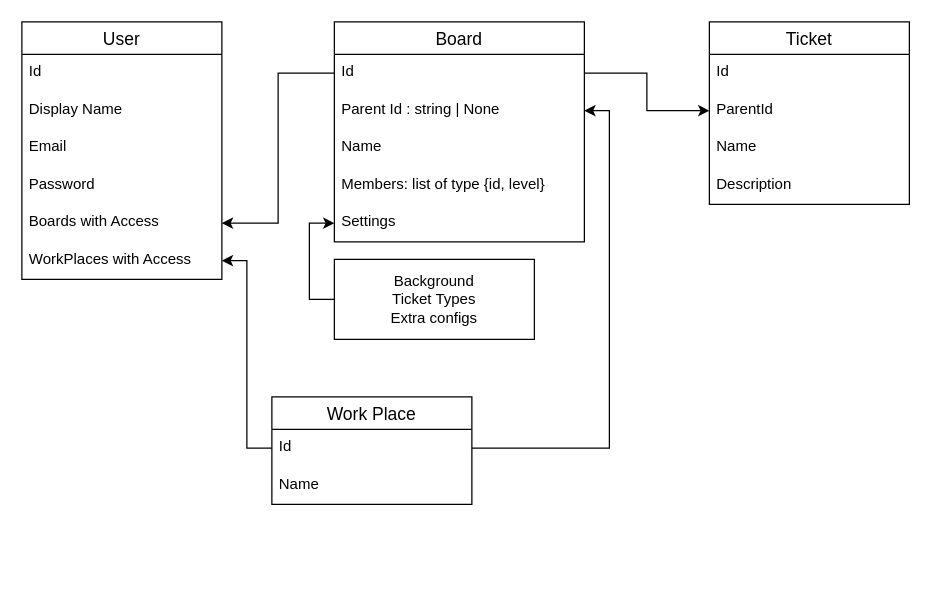
Before: plans.drawio in weatris/Taskly, a draw.io diagram. Source tidied: cells renumbered, new cells numbered last; positions are measured from the earlier drawing's top-left corner, leaving out a move shared by most shapes. Both pictures are drawn from the tidied source at 125%, with x=0, y=0 at pixel (21, 21).
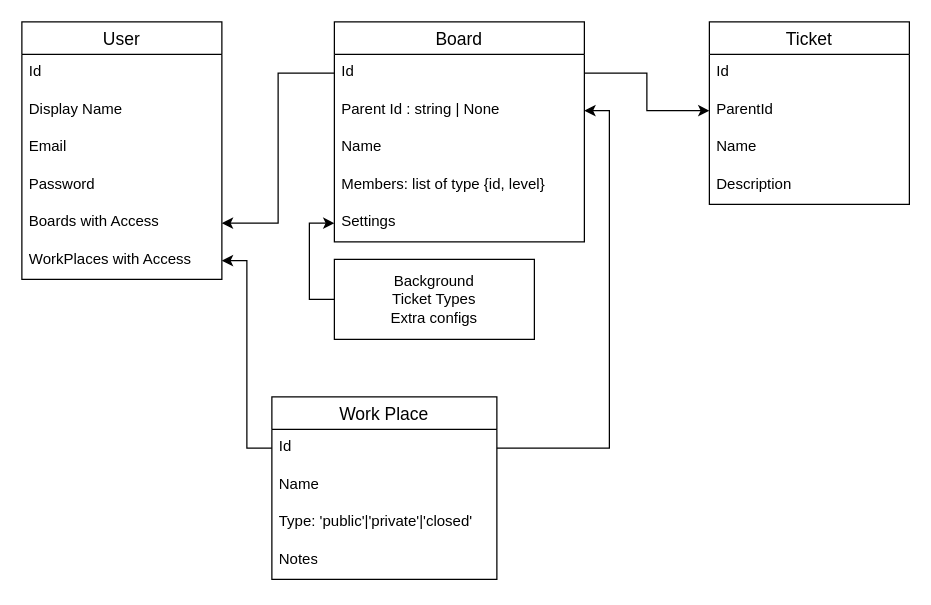
After the change.

What changed in the source:
```diff
@@
     <mxCell id="9" value="Work Place" style="swimlane;fontStyle=0;horizontal=1;startSize=26;align=center;fontSize=14;" parent="1" vertex="1">
-      <mxGeometry x="200" y="300" width="160" height="86" as="geometry" />
+      <mxGeometry x="200" y="300" width="180" height="146" as="geometry" />
     </mxCell>
     <mxCell id="10" value="Id" style="text;strokeColor=none;fillColor=none;spacingLeft=4;spacingRight=4;overflow=hidden;points=[[0,0.5],[1,0.5]];portConstraint=eastwest;fontSize=12;whiteSpace=wrap;html=1;" parent="9" vertex="1">
-      <mxGeometry y="26" width="160" height="30" as="geometry" />
+      <mxGeometry y="26" width="180" height="30" as="geometry" />
     </mxCell>
     <mxCell id="11" value="Name" style="text;strokeColor=none;fillColor=none;spacingLeft=4;spacingRight=4;overflow=hidden;fontSize=12;whiteSpace=wrap;html=1;" parent="9" vertex="1">
-      <mxGeometry y="56" width="160" height="30" as="geometry" />
+      <mxGeometry y="56" width="180" height="30" as="geometry" />
     </mxCell>
+    <mxCell id="29" value="Type: 'public'|'private'|'closed'" style="text;strokeColor=none;fillColor=none;spacingLeft=4;spacingRight=4;overflow=hidden;fontSize=12;whiteSpace=wrap;html=1;" parent="9" vertex="1">
+      <mxGeometry y="86" width="180" height="30" as="geometry" />
+    </mxCell>
+    <mxCell id="30" value="Notes" style="text;strokeColor=none;fillColor=none;spacingLeft=4;spacingRight=4;overflow=hidden;fontSize=12;whiteSpace=wrap;html=1;" parent="9" vertex="1">
+      <mxGeometry y="116" width="180" height="30" as="geometry" />
+    </mxCell>
```
